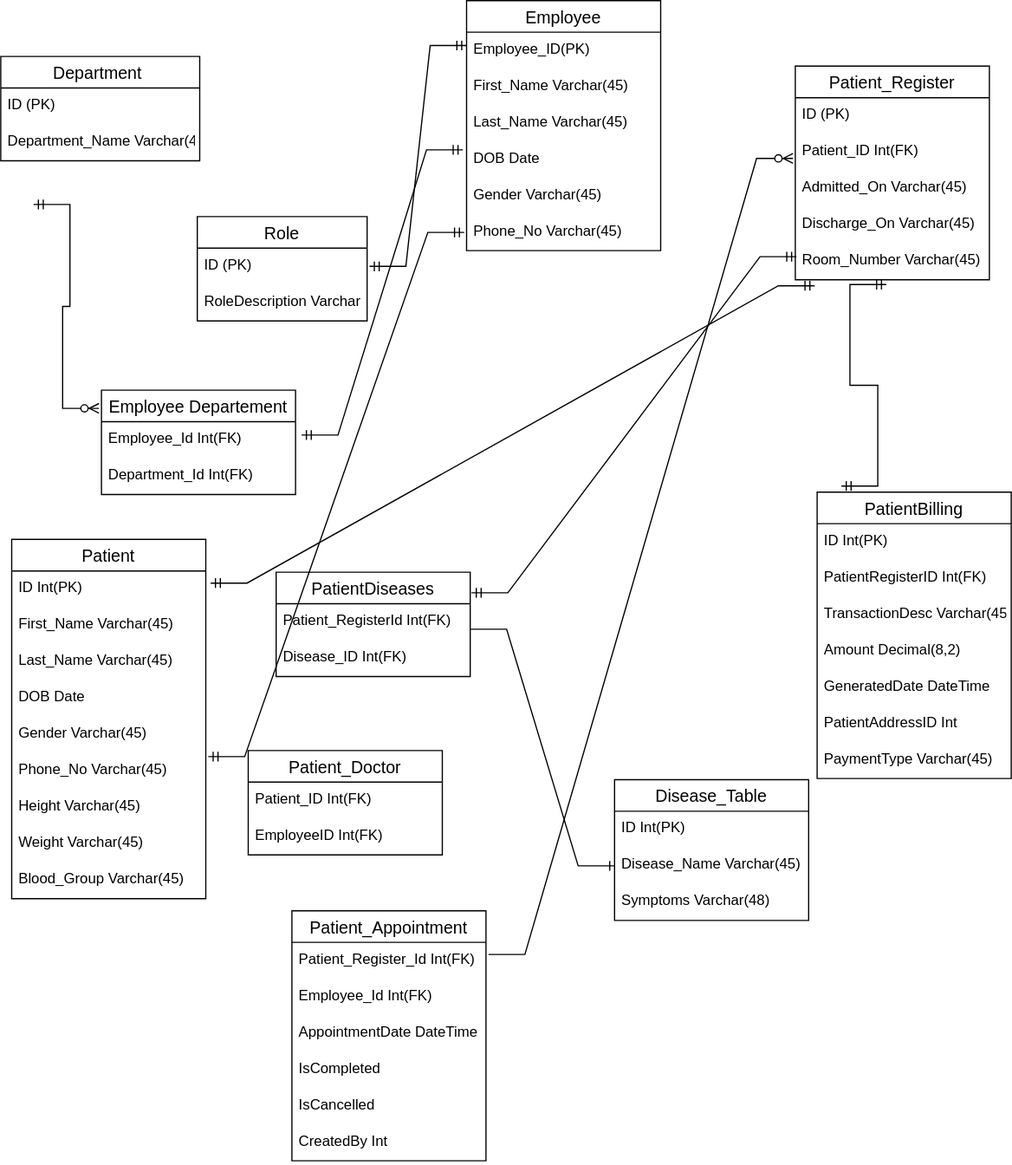
This is Hospital Management System/Hospital Management System.drawio.svg from Mahima-01/Training-Repository, a draw.io export, as it was before one commit. Source tidied: cells renumbered, new cells last; positions are measured from the earlier drawing's top-left corner, leaving out a move shared by most shapes.
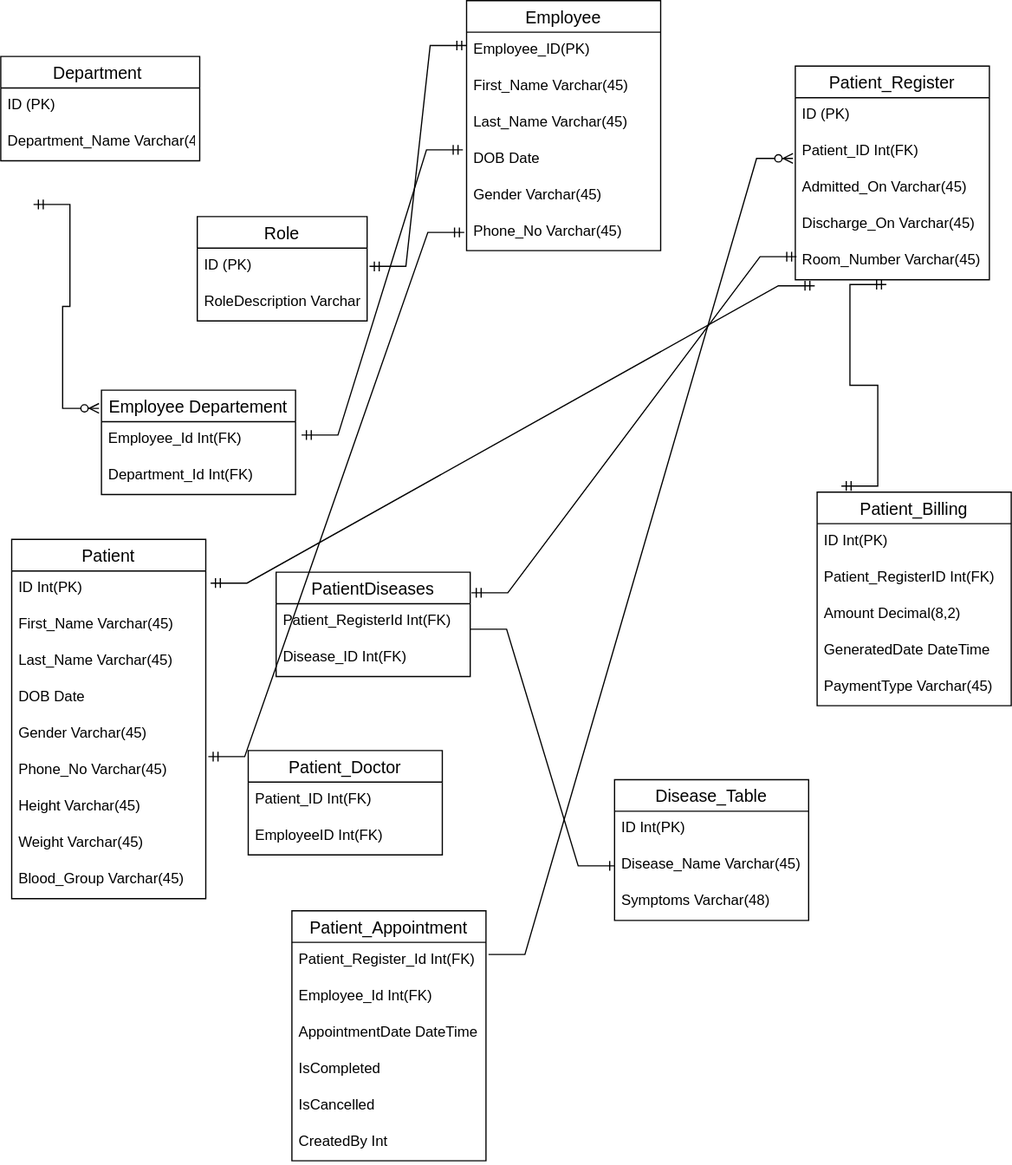
The same diagram one commit later.

Commit message:
Establishing Relationships between Tables

Change to the diagram source:
```diff
@@ -65,29 +65,23 @@
     <mxCell id="21" value="Disease_ID Int(FK)" style="text;strokeColor=none;fillColor=none;spacingLeft=4;spacingRight=4;overflow=hidden;fontSize=12;" parent="19" vertex="1">
       <mxGeometry y="56" width="160" height="30" as="geometry" />
     </mxCell>
-    <mxCell id="22" value="PatientBilling" style="swimlane;fontStyle=0;horizontal=1;startSize=26;align=center;fontSize=14;" parent="1" vertex="1">
-      <mxGeometry x="673" y="405" width="160" height="236" as="geometry" />
+    <mxCell id="22" value="Patient_Billing" style="swimlane;fontStyle=0;horizontal=1;startSize=26;align=center;fontSize=14;" parent="1" vertex="1">
+      <mxGeometry x="673" y="405" width="160" height="176" as="geometry" />
     </mxCell>
     <mxCell id="23" value="ID Int(PK)" style="text;strokeColor=none;fillColor=none;spacingLeft=4;spacingRight=4;overflow=hidden;fontSize=12;" parent="22" vertex="1">
       <mxGeometry y="26" width="160" height="30" as="geometry" />
     </mxCell>
-    <mxCell id="24" value="PatientRegisterID Int(FK)" style="text;strokeColor=none;fillColor=none;spacingLeft=4;spacingRight=4;overflow=hidden;fontSize=12;" parent="22" vertex="1">
+    <mxCell id="24" value="Patient_RegisterID Int(FK)" style="text;strokeColor=none;fillColor=none;spacingLeft=4;spacingRight=4;overflow=hidden;fontSize=12;" parent="22" vertex="1">
       <mxGeometry y="56" width="160" height="30" as="geometry" />
     </mxCell>
-    <mxCell id="25" value="TransactionDesc Varchar(45)" style="text;strokeColor=none;fillColor=none;spacingLeft=4;spacingRight=4;overflow=hidden;fontSize=12;" parent="22" vertex="1">
-      <mxGeometry y="86" width="160" height="30" as="geometry" />
-    </mxCell>
     <mxCell id="26" value="Amount Decimal(8,2)" style="text;strokeColor=none;fillColor=none;spacingLeft=4;spacingRight=4;overflow=hidden;fontSize=12;" parent="22" vertex="1">
-      <mxGeometry y="116" width="160" height="30" as="geometry" />
+      <mxGeometry y="86" width="160" height="30" as="geometry" />
     </mxCell>
     <mxCell id="27" value="GeneratedDate DateTime" style="text;strokeColor=none;fillColor=none;spacingLeft=4;spacingRight=4;overflow=hidden;fontSize=12;" parent="22" vertex="1">
-      <mxGeometry y="146" width="160" height="30" as="geometry" />
+      <mxGeometry y="116" width="160" height="30" as="geometry" />
     </mxCell>
-    <mxCell id="28" value="PatientAddressID Int" style="text;strokeColor=none;fillColor=none;spacingLeft=4;spacingRight=4;overflow=hidden;fontSize=12;" parent="22" vertex="1">
-      <mxGeometry y="176" width="160" height="30" as="geometry" />
-    </mxCell>
     <mxCell id="29" value="PaymentType Varchar(45)" style="text;strokeColor=none;fillColor=none;spacingLeft=4;spacingRight=4;overflow=hidden;fontSize=12;" parent="22" vertex="1">
-      <mxGeometry y="206" width="160" height="30" as="geometry" />
+      <mxGeometry y="146" width="160" height="30" as="geometry" />
     </mxCell>
     <mxCell id="30" value="Patient_Register" style="swimlane;fontStyle=0;horizontal=1;startSize=26;align=center;fontSize=14;" parent="1" vertex="1">
       <mxGeometry x="655" y="54" width="160" height="176" as="geometry" />
```
